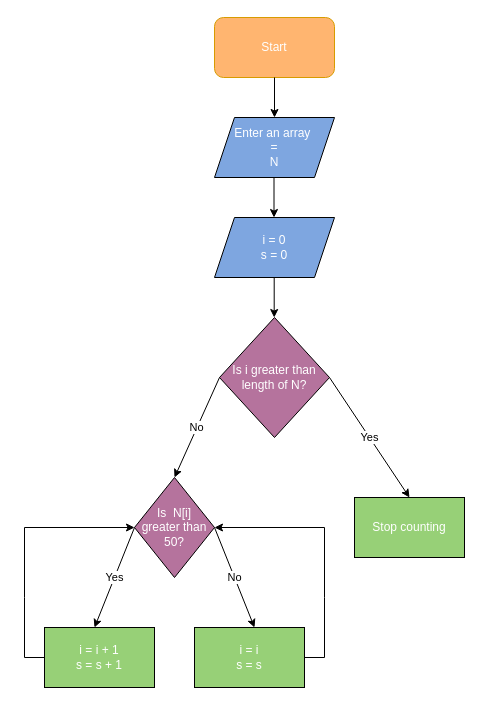
The draw.io diagram src/Task 2 Flowchart.drawio in amir-deveeloper/Homework_29_01, before the edit. Source tidied: cells renumbered, new cells numbered last; positions are measured from the earlier drawing's top-left corner, leaving out a move shared by most shapes. Both pictures are drawn from the tidied source at 100%, with x=0, y=0 at pixel (24, 17).
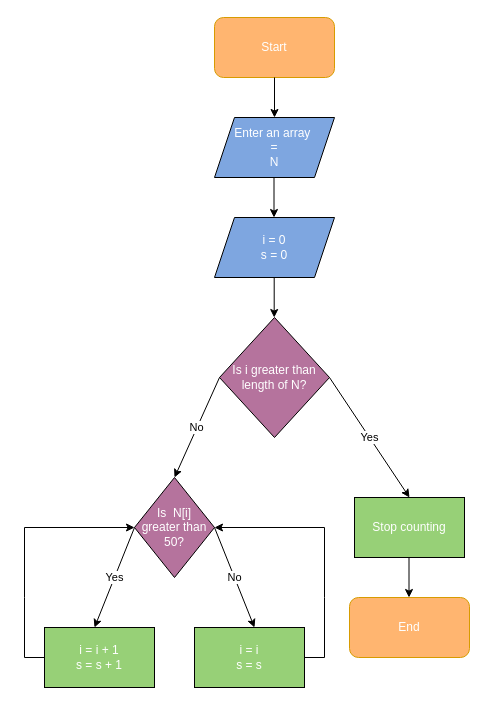
Above is the later version.

What changed in the source:
```diff
@@
+    <mxCell id="19" value="&lt;font color=&quot;#ffffff&quot;&gt;End&lt;/font&gt;" style="rounded=1;whiteSpace=wrap;html=1;fillColor=#FFB570;strokeColor=#d79b00;" parent="1" vertex="1">
+      <mxGeometry x="325" y="580" width="120" height="60" as="geometry" />
+    </mxCell>
+    <mxCell id="20" style="endArrow=classic;html=1;rounded=0;fontColor=#FFFFFF;exitX=0.5;exitY=1;exitDx=0;exitDy=0;" parent="1" edge="1">
+      <mxGeometry relative="1" as="geometry">
+        <mxPoint x="384.5" y="540" as="sourcePoint" />
+        <mxPoint x="384.5" y="580" as="targetPoint" />
+      </mxGeometry>
+    </mxCell>
```
